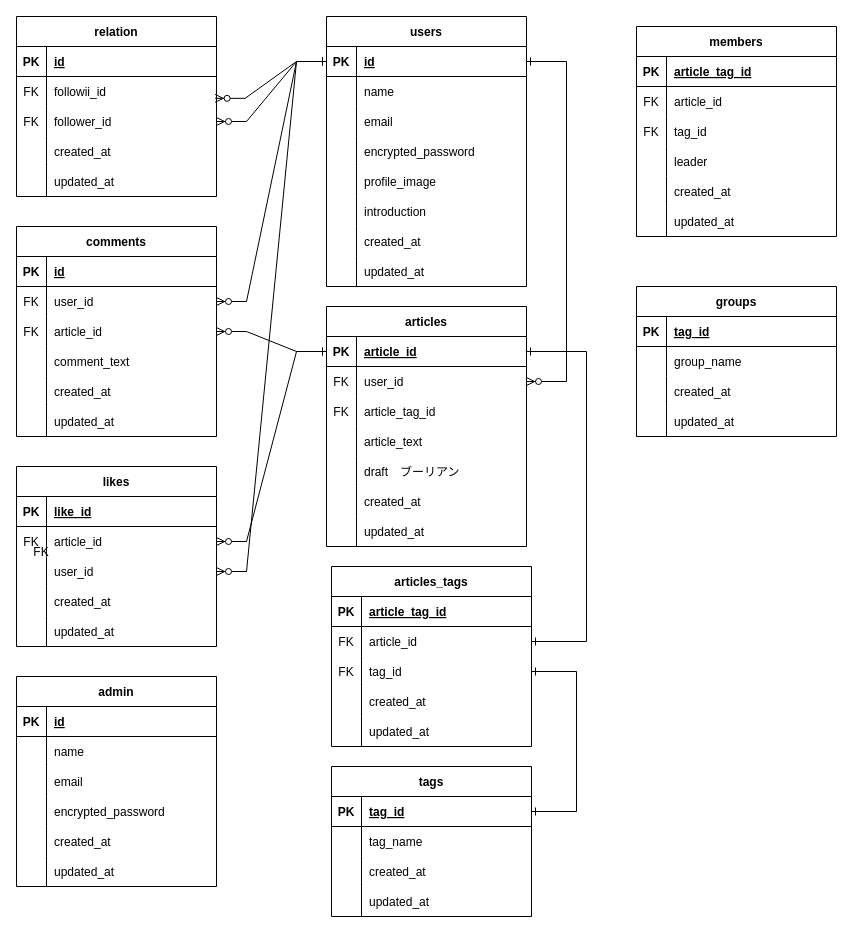
Above: 継続はちから.drawio in mmmaaaariii/mygoal.ex (draw.io), before the change. Source tidied: cells renumbered, new cells numbered last; positions are measured from the earlier drawing's top-left corner, leaving out a move shared by most shapes. Both pictures are drawn from the tidied source at 100%, with x=0, y=0 at pixel (16, 16).
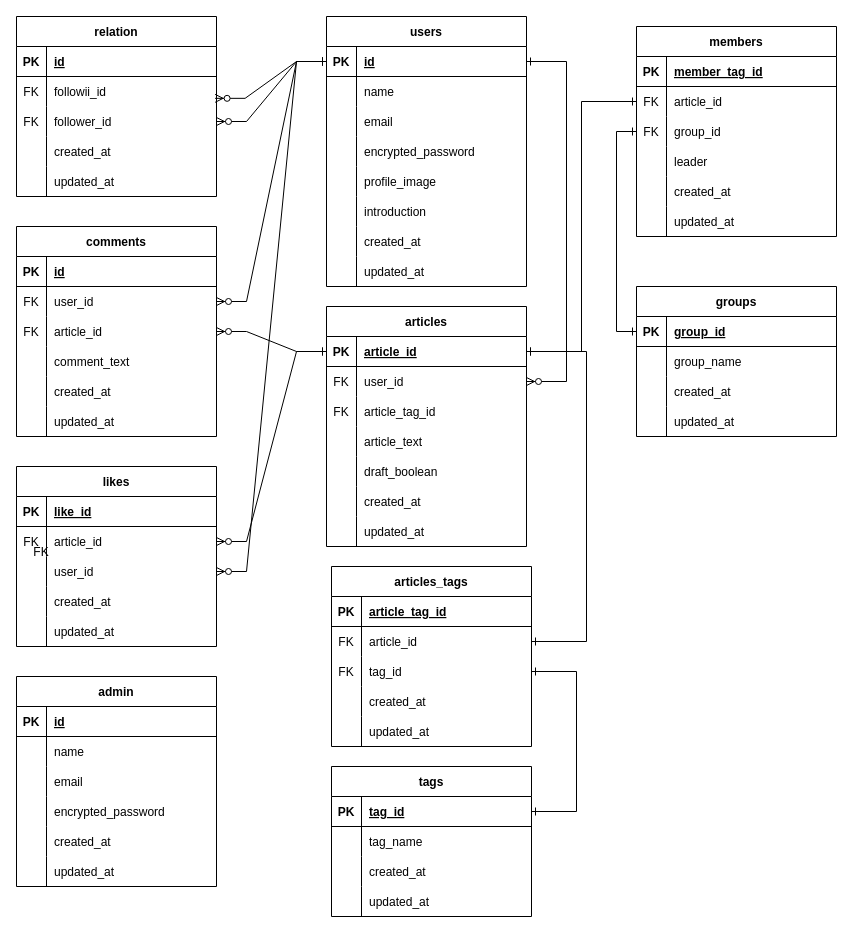
The same diagram, later.

Commit message:
継続はちから.drawio を更新します

The change refers to these unchanged cells:
```xml
<mxCell id="29" style="shape=partialRectangle;fillColor=none;points=[[0,0.5],[1,0.5]];portConstraint=eastwest;top=0;left=0;right=0;bottom=1;" parent="28" vertex="1">
  <mxGeometry y="30" width="200" height="30" as="geometry" />
</mxCell>
<mxCell id="41" style="shape=partialRectangle;fillColor=none;top=0;left=0;right=0;bottom=0;" parent="28" vertex="1">
  <mxGeometry y="150" width="200" height="30" as="geometry" />
</mxCell>
<mxCell id="162" style="shape=partialRectangle;fillColor=none;top=0;left=0;right=0;bottom=1;" parent="161" vertex="1">
  <mxGeometry y="30" width="200" height="30" as="geometry" />
</mxCell>
<mxCell id="165" style="shape=partialRectangle;fillColor=none;points=[[0,0.5],[1,0.5]];portConstraint=eastwest;top=0;left=0;right=0;bottom=0;" parent="161" vertex="1">
  <mxGeometry y="60" width="200" height="30" as="geometry" />
</mxCell>
<mxCell id="168" style="shape=partialRectangle;fillColor=none;points=[[0,0.5],[1,0.5]];portConstraint=eastwest;top=0;left=0;right=0;bottom=0;" parent="161" vertex="1">
  <mxGeometry y="90" width="200" height="30" as="geometry" />
</mxCell>
<mxCell id="181" style="shape=partialRectangle;fillColor=none;points=[[0,0.5],[1,0.5]];portConstraint=eastwest;top=0;left=0;right=0;bottom=1;" parent="180" vertex="1">
  <mxGeometry y="30" width="200" height="30" as="geometry" />
</mxCell>
```

What changed in the source:
```diff
@@
-    <mxCell id="43" value="draft　ブーリアン" style="shape=partialRectangle;overflow=hidden;fillColor=none;top=0;left=0;bottom=0;right=0;align=left;spacingLeft=6;" parent="41" vertex="1">
+    <mxCell id="43" value="draft_boolean" style="shape=partialRectangle;overflow=hidden;fillColor=none;top=0;left=0;bottom=0;right=0;align=left;spacingLeft=6;" parent="41" vertex="1">
       <mxGeometry x="30" width="170" height="30" as="geometry" />
     </mxCell>
@@
-    <mxCell id="164" value="article_tag_id" style="shape=partialRectangle;overflow=hidden;fillColor=none;top=0;left=0;bottom=0;right=0;align=left;spacingLeft=6;fontStyle=5;" parent="162" vertex="1">
+    <mxCell id="164" value="member_tag_id" style="shape=partialRectangle;overflow=hidden;fillColor=none;top=0;left=0;bottom=0;right=0;align=left;spacingLeft=6;fontStyle=5;" parent="162" vertex="1">
       <mxGeometry x="30" width="170" height="30" as="geometry" />
     </mxCell>
@@
-    <mxCell id="170" value="tag_id" style="shape=partialRectangle;overflow=hidden;fillColor=none;top=0;left=0;bottom=0;right=0;align=left;spacingLeft=6;" parent="168" vertex="1">
+    <mxCell id="170" value="group_id" style="shape=partialRectangle;overflow=hidden;fillColor=none;top=0;left=0;bottom=0;right=0;align=left;spacingLeft=6;" parent="168" vertex="1">
       <mxGeometry x="30" width="170" height="30" as="geometry" />
     </mxCell>
@@
-    <mxCell id="183" value="tag_id" style="shape=partialRectangle;overflow=hidden;fillColor=none;top=0;left=0;bottom=0;right=0;align=left;spacingLeft=6;fontStyle=5;" parent="181" vertex="1">
+    <mxCell id="183" value="group_id" style="shape=partialRectangle;overflow=hidden;fillColor=none;top=0;left=0;bottom=0;right=0;align=left;spacingLeft=6;fontStyle=5;" parent="181" vertex="1">
       <mxGeometry x="30" width="170" height="30" as="geometry" />
     </mxCell>
@@
+    <mxCell id="193" style="edgeStyle=elbowEdgeStyle;fontSize=12;html=1;endArrow=ERone;startArrow=ERone;rounded=0;entryX=0;entryY=0.5;entryDx=0;entryDy=0;exitX=0;exitY=0.5;exitDx=0;exitDy=0;startFill=0;endFill=0;" parent="1" edge="1" source="181" target="168">
+      <mxGeometry relative="1" as="geometry">
+        <Array as="points">
+          <mxPoint x="600" y="220" />
+        </Array>
+      </mxGeometry>
+    </mxCell>
+    <mxCell id="194" style="edgeStyle=elbowEdgeStyle;fontSize=12;html=1;endArrow=ERone;startArrow=ERone;rounded=0;entryX=0;entryY=0.5;entryDx=0;entryDy=0;exitX=1;exitY=0.5;exitDx=0;exitDy=0;startFill=0;endFill=0;" parent="1" edge="1" source="29" target="165">
+      <mxGeometry relative="1" as="geometry" />
+    </mxCell>
```
